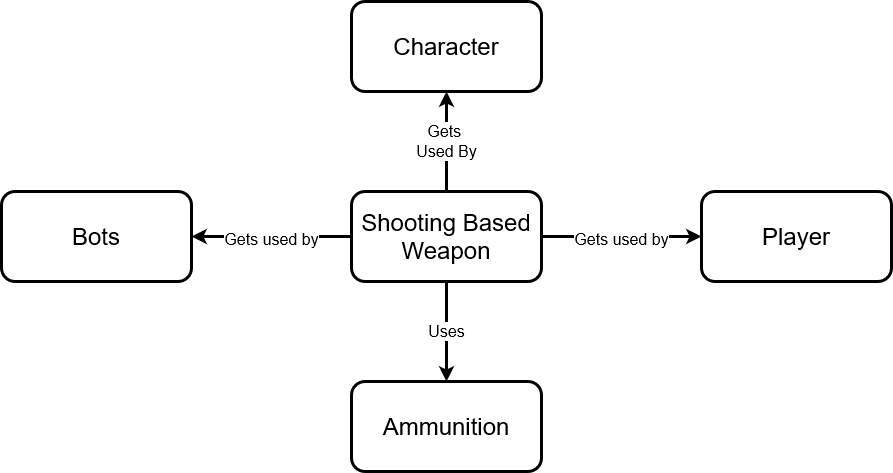
Above: Pictures/crs/crc 11.drawio.png in FM-Man/SPL_2 (draw.io), before the change. Source tidied: cells renumbered, new cells last; positions are measured from the earlier drawing's top-left corner, leaving out a move shared by most shapes.
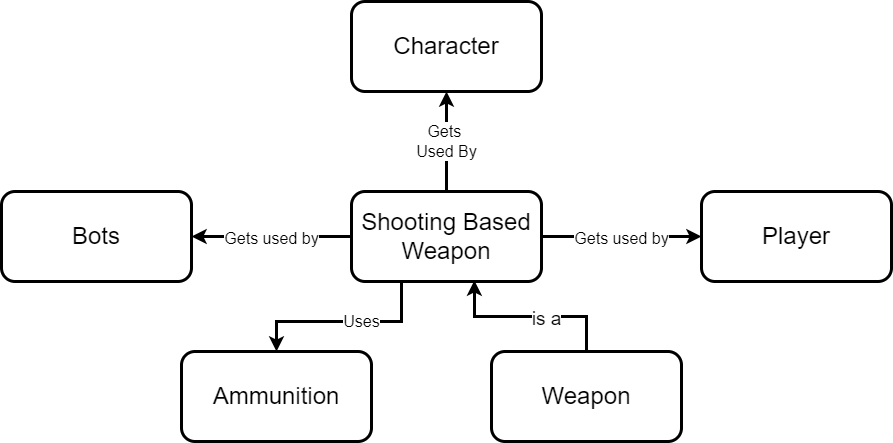
Above is the later version.

The edit, as a diff of the source:
```diff
@@ -12,7 +12,13 @@
       <mxGeometry relative="1" as="geometry" />
     </mxCell>
     <mxCell id="5" value="Uses" style="edgeStyle=orthogonalEdgeStyle;rounded=0;jettySize=auto;html=1;exitX=0.5;exitY=1;exitDx=0;exitDy=0;entryX=0.5;entryY=0;entryDx=0;entryDy=0;fontSize=16;strokeWidth=3;" parent="1" edge="1" source="6" target="10">
-      <mxGeometry relative="1" as="geometry" />
+      <mxGeometry x="0.04" relative="1" as="geometry">
+        <Array as="points">
+          <mxPoint x="400" y="280" />
+          <mxPoint x="400" y="320" />
+          <mxPoint x="275" y="320" />
+        </Array>
+      </mxGeometry>
     </mxCell>
     <mxCell id="6" value="&lt;font style=&quot;font-size: 24px&quot;&gt;Shooting Based Weapon&lt;/font&gt;" style="rounded=1;whiteSpace=wrap;html=1;strokeWidth=3;" parent="1" vertex="1">
       <mxGeometry x="350" y="190" width="190" height="90" as="geometry" />
@@ -27,7 +33,16 @@
       <mxGeometry x="700" y="190" width="190" height="90" as="geometry" />
     </mxCell>
     <mxCell id="10" value="&lt;font style=&quot;font-size: 24px&quot;&gt;Ammunition&lt;/font&gt;" style="rounded=1;whiteSpace=wrap;html=1;strokeWidth=3;" parent="1" vertex="1">
-      <mxGeometry x="350" y="380" width="190" height="90" as="geometry" />
+      <mxGeometry x="180" y="350" width="190" height="90" as="geometry" />
     </mxCell>
+    <mxCell id="11" style="edgeStyle=orthogonalEdgeStyle;rounded=0;jettySize=auto;html=1;fontSize=19;strokeWidth=3;entryX=0.647;entryY=0.989;entryDx=0;entryDy=0;entryPerimeter=0;" parent="1" edge="1" source="13" target="6">
+      <mxGeometry relative="1" as="geometry" />
+    </mxCell>
+    <mxCell id="12" value="is a" style="edgeLabel;html=1;align=center;verticalAlign=middle;fontSize=19;" parent="11" vertex="1">
+      <mxGeometry x="-0.18" y="2" relative="1" as="geometry" />
+    </mxCell>
+    <mxCell id="13" value="&lt;span style=&quot;font-size: 24px&quot;&gt;Weapon&lt;/span&gt;" style="rounded=1;whiteSpace=wrap;html=1;strokeWidth=3;" parent="1" vertex="1">
+      <mxGeometry x="490" y="350" width="190" height="90" as="geometry" />
+    </mxCell>
   </root>
 </mxGraphModel>
```
